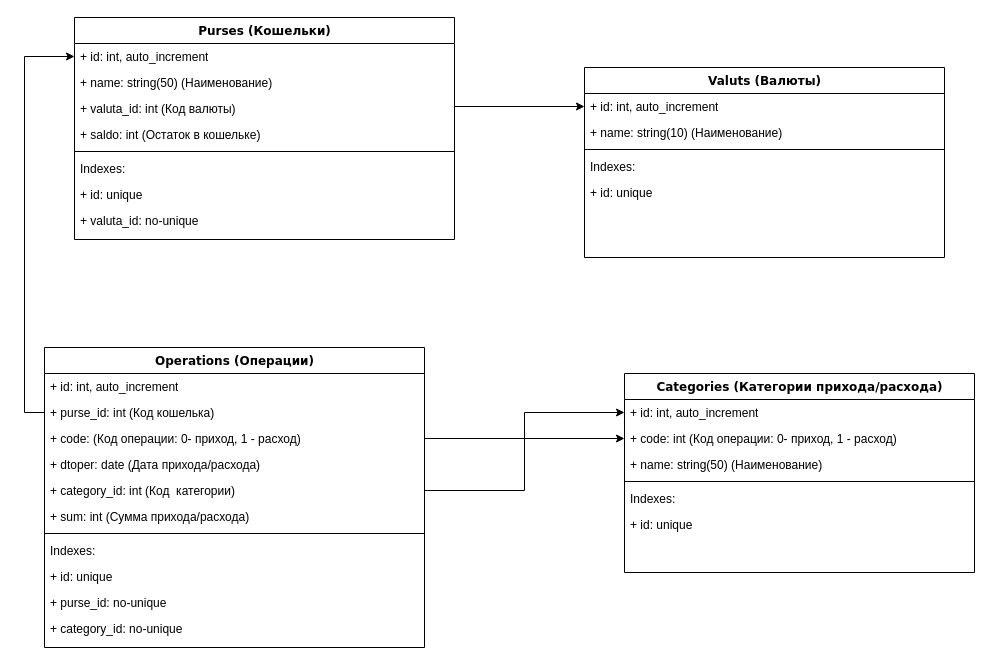
The draw.io diagram Untitled Diagram.drawio in SerikRakhimov/Project_MyFinance_Database, before the edit. Source tidied: cells renumbered, new cells numbered last; positions are measured from the earlier drawing's top-left corner, leaving out a move shared by most shapes. Both pictures are drawn from the tidied source at 100%, with x=0, y=0 at pixel (44, 17).
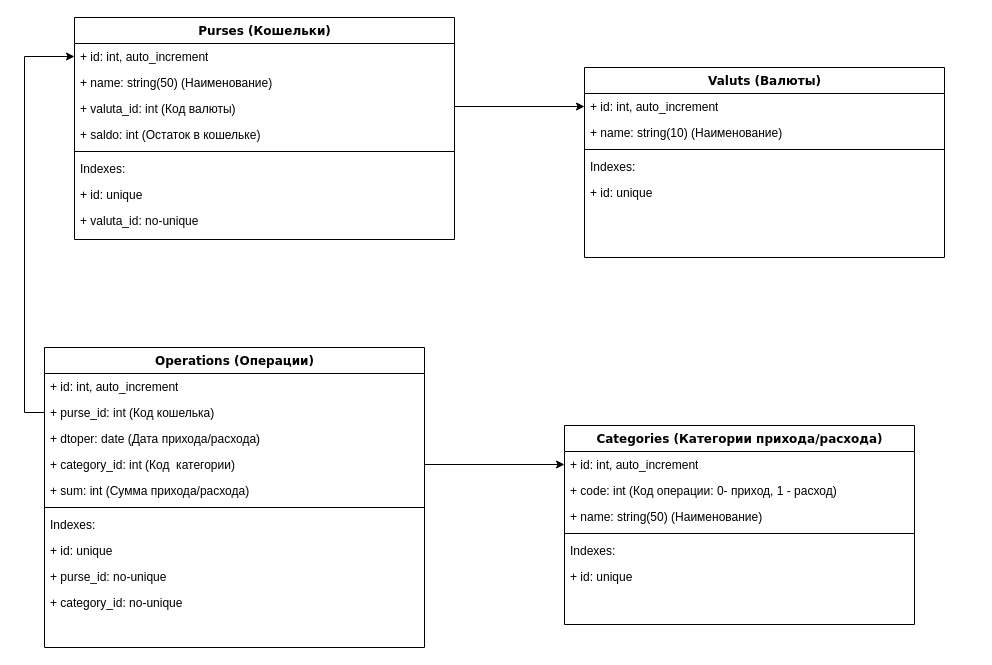
After the change.

The change refers to these unchanged cells:
```xml
<mxCell id="20" value="+ code: int (Код операции: 0- приход, 1 - расход)" style="text;html=1;strokeColor=none;fillColor=none;align=left;verticalAlign=top;spacingLeft=4;spacingRight=4;whiteSpace=wrap;overflow=hidden;points=[[0,0.5],[1,0.5]];portConstraint=eastwest;" parent="18" vertex="1">
  <mxGeometry y="52" width="350" height="26" as="geometry" />
</mxCell>
<mxCell id="25" value="Operations (Операции)" style="swimlane;html=1;fontStyle=1;align=center;verticalAlign=top;horizontal=1;startSize=26;swimlaneFillColor=#ffffff;rounded=0;shadow=0;comic=0;labelBackgroundColor=none;strokeWidth=1;fillColor=none;fontFamily=Verdana;fontSize=12;" parent="1" vertex="1">
  <mxGeometry y="330" width="380" height="300" as="geometry" />
</mxCell>
```

Diff of the diagram source:
```diff
@@
-    <mxCell id="2" style="edgeStyle=orthogonalEdgeStyle;rounded=0;jettySize=auto;html=1;exitX=1;exitY=0.5;exitDx=0;exitDy=0;entryX=0;entryY=0.5;entryDx=0;entryDy=0;" parent="1" edge="1" source="28" target="20">
-      <mxGeometry relative="1" as="geometry">
-        <Array as="points">
-          <mxPoint x="580" y="421" />
-        </Array>
-      </mxGeometry>
-    </mxCell>
@@
     <mxCell id="18" value="Categories (Категории прихода/расхода)" style="swimlane;html=1;fontStyle=1;align=center;verticalAlign=top;horizontal=1;startSize=26;swimlaneFillColor=#ffffff;rounded=0;shadow=0;comic=0;labelBackgroundColor=none;strokeWidth=1;fillColor=none;fontFamily=Verdana;fontSize=12;" parent="1" vertex="1">
-      <mxGeometry x="580" y="356" width="350" height="199" as="geometry" />
+      <mxGeometry x="520" y="408" width="350" height="199" as="geometry" />
     </mxCell>
@@
-    <mxCell id="28" value="+ code: (Код операции: 0- приход, 1 - расход)" style="text;html=1;strokeColor=none;fillColor=none;align=left;verticalAlign=top;spacingLeft=4;spacingRight=4;whiteSpace=wrap;overflow=hidden;points=[[0,0.5],[1,0.5]];portConstraint=eastwest;" parent="25" vertex="1">
-      <mxGeometry y="78" width="380" height="26" as="geometry" />
-    </mxCell>
     <mxCell id="29" value="+ dtoper: date (Дата прихода/расхода)" style="text;html=1;strokeColor=none;fillColor=none;align=left;verticalAlign=top;spacingLeft=4;spacingRight=4;whiteSpace=wrap;overflow=hidden;" parent="25" vertex="1">
-      <mxGeometry y="104" width="380" height="26" as="geometry" />
+      <mxGeometry y="78" width="380" height="26" as="geometry" />
     </mxCell>
     <mxCell id="30" value="+ category_id: int (Код&amp;nbsp; категории)" style="text;html=1;strokeColor=none;fillColor=none;align=left;verticalAlign=top;spacingLeft=4;spacingRight=4;whiteSpace=wrap;overflow=hidden;points=[[0,0.5],[1,0.5]];portConstraint=eastwest;" parent="25" vertex="1">
-      <mxGeometry y="130" width="380" height="26" as="geometry" />
+      <mxGeometry y="104" width="380" height="26" as="geometry" />
     </mxCell>
     <mxCell id="31" value="+ sum: int (Сумма прихода/расхода)" style="text;html=1;strokeColor=none;fillColor=none;align=left;verticalAlign=top;spacingLeft=4;spacingRight=4;whiteSpace=wrap;overflow=hidden;" parent="25" vertex="1">
-      <mxGeometry y="156" width="380" height="26" as="geometry" />
+      <mxGeometry y="130" width="380" height="26" as="geometry" />
     </mxCell>
     <mxCell id="32" style="line;html=1;strokeWidth=1;fillColor=none;align=left;verticalAlign=middle;spacingTop=-1;spacingLeft=3;spacingRight=3;labelPosition=right;" parent="25" vertex="1">
-      <mxGeometry y="182" width="380" height="8" as="geometry" />
+      <mxGeometry y="156" width="380" height="8" as="geometry" />
     </mxCell>
     <mxCell id="33" value="Indexes:" style="text;html=1;strokeColor=none;fillColor=none;align=left;verticalAlign=top;spacingLeft=4;spacingRight=4;whiteSpace=wrap;overflow=hidden;" parent="25" vertex="1">
-      <mxGeometry y="190" width="380" height="26" as="geometry" />
+      <mxGeometry y="164" width="380" height="26" as="geometry" />
     </mxCell>
     <mxCell id="34" value="+ id: unique" style="text;html=1;strokeColor=none;fillColor=none;align=left;verticalAlign=top;spacingLeft=4;spacingRight=4;whiteSpace=wrap;overflow=hidden;" parent="25" vertex="1">
-      <mxGeometry y="216" width="380" height="26" as="geometry" />
+      <mxGeometry y="190" width="380" height="26" as="geometry" />
     </mxCell>
     <mxCell id="35" value="+ purse_id: no-unique" style="text;html=1;strokeColor=none;fillColor=none;align=left;verticalAlign=top;spacingLeft=4;spacingRight=4;whiteSpace=wrap;overflow=hidden;" parent="25" vertex="1">
-      <mxGeometry y="242" width="380" height="26" as="geometry" />
+      <mxGeometry y="216" width="380" height="26" as="geometry" />
     </mxCell>
     <mxCell id="36" value="+ category_id: no-unique" style="text;html=1;strokeColor=none;fillColor=none;align=left;verticalAlign=top;spacingLeft=4;spacingRight=4;whiteSpace=wrap;overflow=hidden;" parent="25" vertex="1">
-      <mxGeometry y="268" width="380" height="26" as="geometry" />
+      <mxGeometry y="242" width="380" height="26" as="geometry" />
     </mxCell>
```
